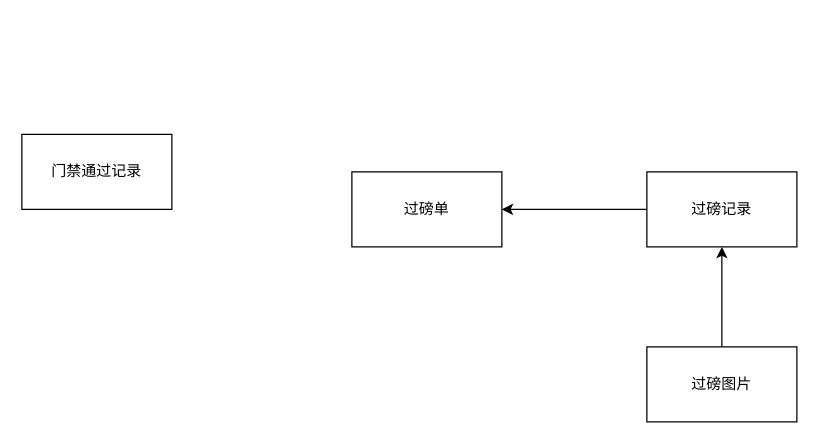
Above: 互链站台模型.drawio in lipeng260/drawio (draw.io), before the change. Source tidied: cells renumbered, new cells numbered last; positions are measured from the earlier drawing's top-left corner, leaving out a move shared by most shapes. Both pictures are drawn from the tidied source at 125%, with x=0, y=0 at pixel (21, 134).
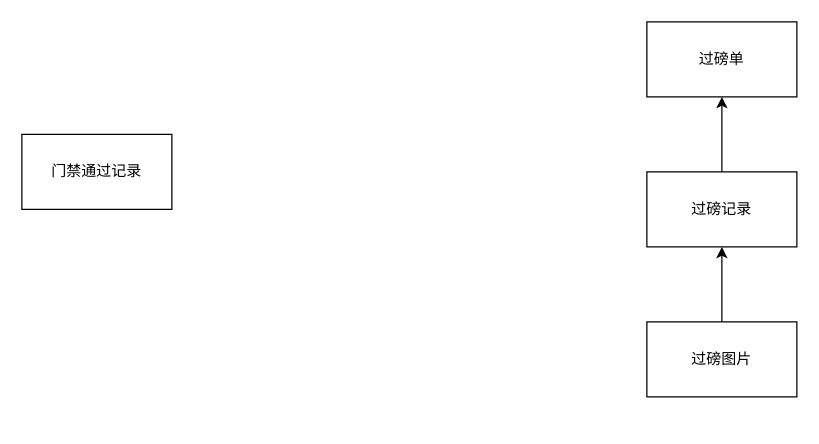
After the change.

Commit message (it also covers changes not shown here):
Update 互链站台模型.drawio

Diff of the diagram source:
```diff
@@
 <mxGraphModel>
   <root>
     <mxCell id="0" />
     <mxCell id="1" parent="0" />
     <mxCell id="2" value="门禁通过记录" style="rounded=0;whiteSpace=wrap;html=1;" parent="1" vertex="1">
       <mxGeometry width="120" height="60" as="geometry" />
     </mxCell>
-    <mxCell id="3" style="edgeStyle=orthogonalEdgeStyle;rounded=0;jettySize=auto;html=1;exitX=0;exitY=0.5;exitDx=0;exitDy=0;entryX=1;entryY=0.5;entryDx=0;entryDy=0;" parent="1" edge="1" source="4" target="5">
+    <mxCell id="3" style="edgeStyle=orthogonalEdgeStyle;rounded=0;jettySize=auto;html=1;exitX=0.5;exitY=0;exitDx=0;exitDy=0;entryX=0.5;entryY=1;entryDx=0;entryDy=0;" parent="1" edge="1" source="4" target="5">
       <mxGeometry relative="1" as="geometry" />
     </mxCell>
     <mxCell id="4" value="过磅记录" style="rounded=0;whiteSpace=wrap;html=1;" parent="1" vertex="1">
       <mxGeometry x="500" y="30" width="120" height="60" as="geometry" />
     </mxCell>
     <mxCell id="5" value="过磅单" style="rounded=0;whiteSpace=wrap;html=1;" parent="1" vertex="1">
-      <mxGeometry x="264" y="30" width="120" height="60" as="geometry" />
+      <mxGeometry x="500" y="-90" width="120" height="60" as="geometry" />
     </mxCell>
     <mxCell id="6" style="edgeStyle=orthogonalEdgeStyle;rounded=0;jettySize=auto;html=1;exitX=0.5;exitY=0;exitDx=0;exitDy=0;entryX=0.5;entryY=1;entryDx=0;entryDy=0;" parent="1" edge="1" source="7" target="4">
       <mxGeometry relative="1" as="geometry" />
     </mxCell>
     <mxCell id="7" value="过磅图片" style="rounded=0;whiteSpace=wrap;html=1;" parent="1" vertex="1">
-      <mxGeometry x="500" y="170" width="120" height="60" as="geometry" />
+      <mxGeometry x="500" y="150" width="120" height="60" as="geometry" />
     </mxCell>
   </root>
 </mxGraphModel>
```
